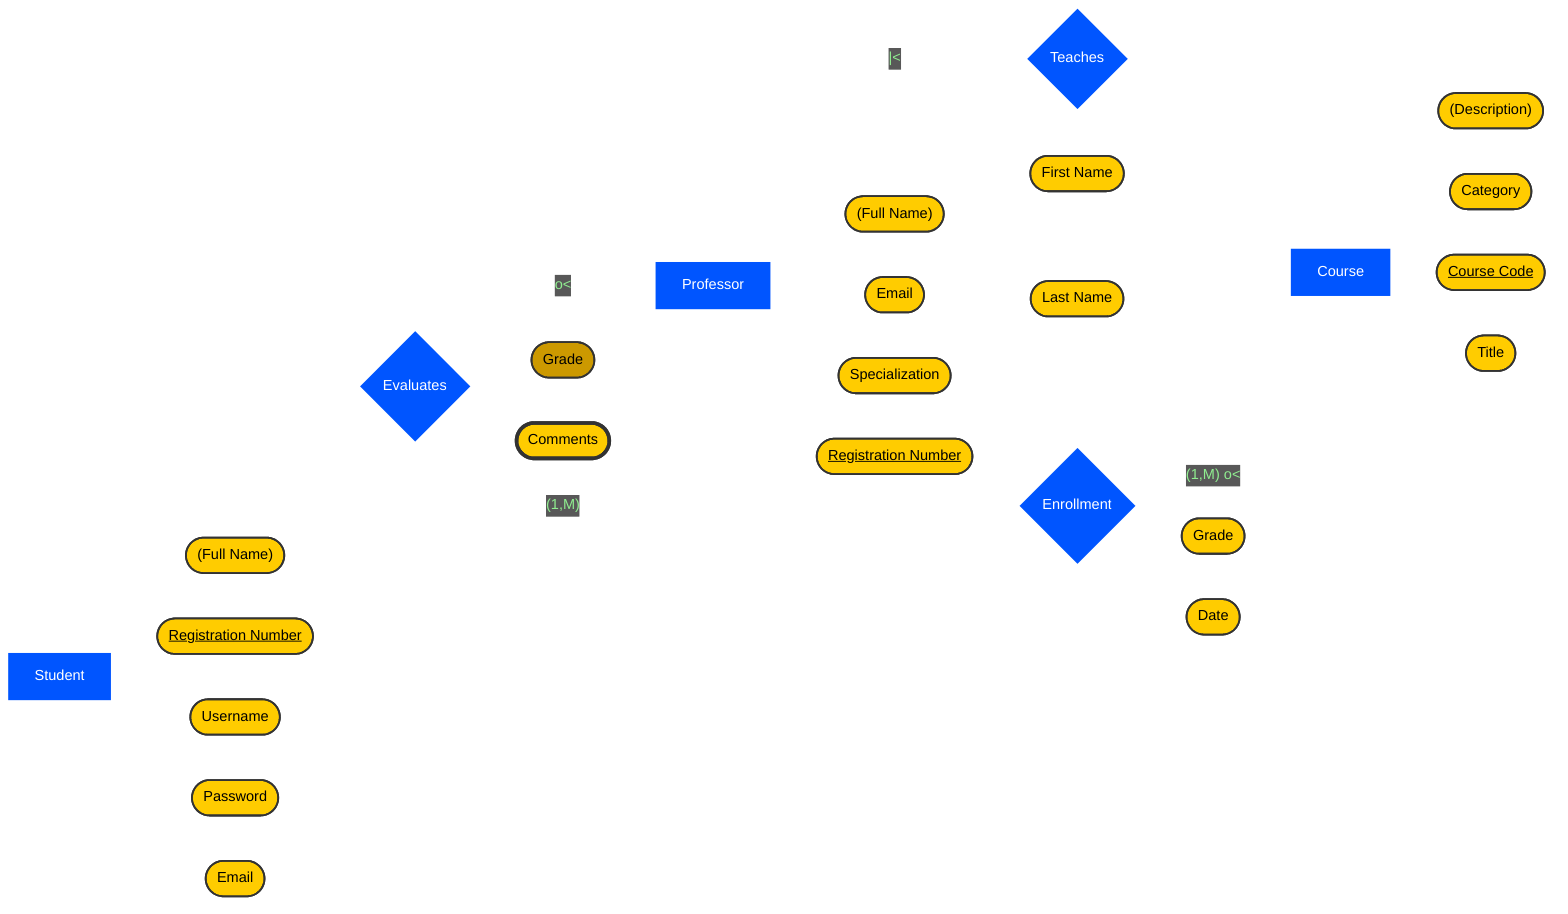
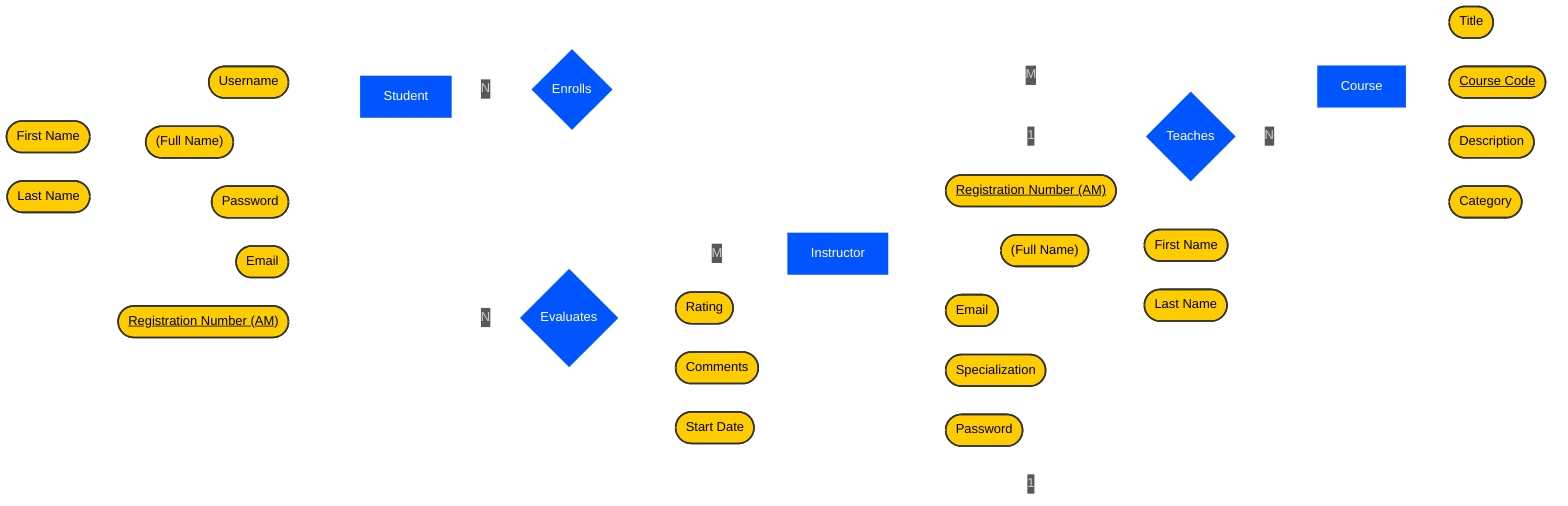
- 
- %%{init: {'theme': 'dark', 'themeVariables': { 'background': '#000000', 'lineColor': '#ffffff'}}}%%
+ %%{init: {'theme': 'dark', 'themeVariables': { 'background': '#000000', 'lineColor': '#ffffff'}, 'flowchart': {'curve': 'step', 'defaultRenderer': 'elk'}}}%%
flowchart LR
-     %% Diagram name: askbd
- 
    %% Entities
    S[Student]
-     P[Professor]
+     P[Instructor]
    C[Course]

-     %% Relationships
-     Eval{Evaluates}
-     Enroll{Enrollment}
-     Teach{Teaches}
+     %% Entity-Relationship Connections
+     S ---|"N"| Enroll{Enrolls}
+     S ---|"N"| Eval{Evaluates}
+     Enroll ---|"M"| C
+     Eval ---|"M"| P
+     Eval ---|"1"| C
+     P ---|"1"| Teach{Teaches}
+     Teach ---|"N"| C

-     %% Entity-Relationship Connections (using longer lines to untangle)
-     S ---- Eval
-     Eval ----|"<font color='lightgreen'>o&lt;</font>"| P
+     %% Attributes Student
+     S_User([Username]) --- S
+     S_Name(["(Full Name)"]) --- S
+     S_FName([First Name]) --- S_Name
+     S_LName([Last Name]) --- S_Name
+     S_Pass([Password]) --- S
+     S_Email([Email]) --- S
+     S_AM(["<u>Registration Number (AM)</u>"]) --- S

-     S ----|"<font color='lightgreen'>(1,M)</font>"| Enroll
-     Enroll ----|"<font color='lightgreen'>(1,M) o&lt;</font>"| C
+     %% Attributes Instructor/Professor
+     P --- P_AM(["<u>Registration Number (AM)</u>"])
+     P --- P_Name(["(Full Name)"])
+     P_Name --- P_FName([First Name])
+     P_Name --- P_LName([Last Name])
+     P --- P_Email([Email])
+     P --- P_Spec([Specialization])
+     P --- P_Pass([Password])

-     P ----|"<font color='lightgreen'>|&lt;</font>"| Teach
-     Teach ---- C
+     %% Attributes Course
+     C --- C_Title([Title])
+     C --- C_Code(["<u>Course Code</u>"])
+     C --- C_Desc([Description])
+     C --- C_Cat([Category])

-     %% Attributes S
-     S_Name(["(Full Name)"])
-     S_AM(["<u>Registration Number</u>"])
-     S_User([Username])
-     S_Pass([Password])
-     S_Email([Email])
- 
-     S --- S_Name
-     S --- S_AM
-     S --- S_User
-     S --- S_Pass
-     S --- S_Email
- 
-     %% Attributes Eval
-     Eval_Grade([Grade]):::shaded
-     Eval_Comments([Comments]):::multivalued
- 
-     Eval --- Eval_Grade
-     Eval --- Eval_Comments
- 
-     %% Attributes P
-     P_Name(["(Full Name)"])
-     P_FName([First Name])
-     P_LName([Last Name])
-     P_Email([Email])
-     P_Spec([Specialization])
-     P_AM(["<u>Registration Number</u>"])
- 
-     P --- P_Name
-     P_Name --- P_FName
-     P_Name --- P_LName
-     P --- P_Email
-     P --- P_Spec
-     P --- P_AM
- 
-     %% Attributes Enroll
-     Enroll_Grade([Grade])
-     Enroll_Date([Date])
- 
-     Enroll --- Enroll_Grade
-     Enroll --- Enroll_Date
- 
-     %% Attributes C
-     C_Desc(["(Description)"])
-     C_Cat([Category])
-     C_Code(["<u>Course Code</u>"])
-     C_Title([Title])
- 
-     C --- C_Desc
-     C --- C_Cat
-     C --- C_Code
-     C --- C_Title
+     %% Attributes Relationships
+     Eval --- Eval_Grade([Rating])
+     Eval --- Eval_Comments([Comments])
+     Enroll --- Enroll_Date([Start Date])

    %% Apply Classes to Entities and Relationships (Roots)
    class S,P,C,Eval,Enroll,Teach rootNode;

    %% Apply Classes to Attributes (Branches)
-     class S_Name,S_AM,S_User,S_Pass,S_Email,P_Name,P_FName,P_LName,P_Email,P_Spec,P_AM,Enroll_Grade,Enroll_Date,C_Desc,C_Cat,C_Code,C_Title branchNode;
+     class S_User,S_Name,S_FName,S_LName,S_Pass,S_Email,S_AM,P_AM,P_Name,P_FName,P_LName,P_Email,P_Pass,P_Spec,C_Title,C_Code,C_Desc,C_Cat,Eval_Grade,Eval_Comments,Enroll_Date branchNode;

    %% Styling Definitions
    classDef rootNode fill:#0055ff,stroke:#fff,stroke-width:2px,color:#fff;
-     classDef branchNode fill:#ffcc00,stroke:#333,stroke-width:2px,color:#000;
-     classDef shaded fill:#cc9900,stroke:#333,stroke-width:2px,color:#000;
-     classDef multivalued fill:#ffcc00,stroke:#333,stroke-width:4px,color:#000;+     classDef branchNode fill:#ffcc00,stroke:#333,stroke-width:2px,color:#000;